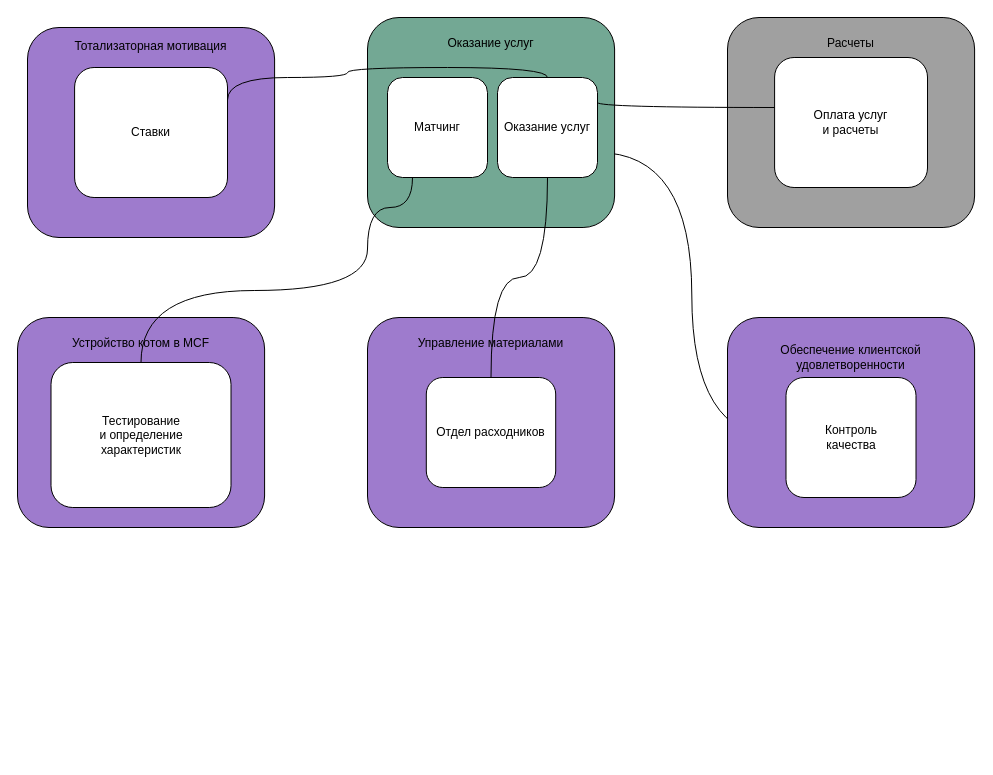
Before: 2/domain.drawio in teddybear/system_analysis_course, a draw.io diagram. Source tidied: cells renumbered, new cells numbered last; positions are measured from the earlier drawing's top-left corner, leaving out a move shared by most shapes. Both pictures are drawn from the tidied source at 100%, with x=0, y=0 at pixel (17, 17).
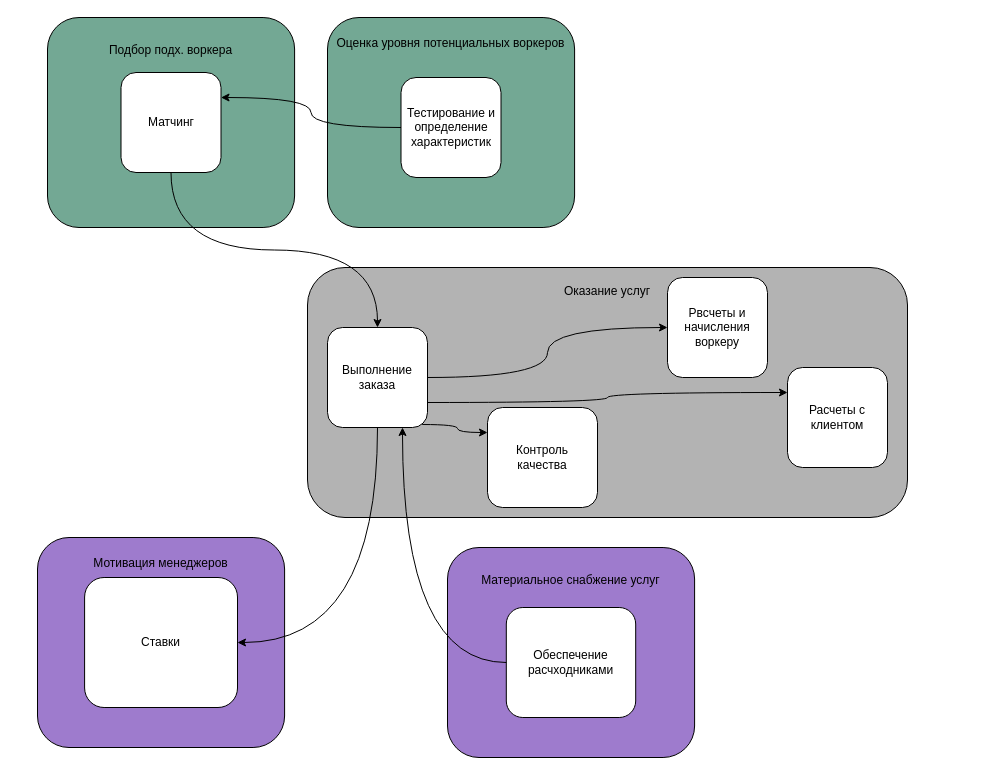
After the change.

The change refers to these unchanged cells:
```xml
<mxCell id="5" value="Ставки" style="rounded=1;whiteSpace=wrap;html=1;" parent="3" vertex="1">
  <mxGeometry x="47.1" y="40" width="152.9" height="130" as="geometry" />
</mxCell>
```

Change to the diagram source:
```diff
@@
+    <mxCell id="26" style="group;" parent="1" vertex="1">
+      <mxGeometry x="290" y="250" width="600" height="250" as="geometry" />
+    </mxCell>
+    <mxCell id="27" value="&lt;div style=&quot;line-height: 19px;&quot;&gt;Оказание услуг&lt;/div&gt;&lt;br&gt;&lt;br&gt;&lt;br&gt;&lt;br&gt;&lt;br&gt;&lt;br&gt;&lt;br&gt;&lt;br&gt;&lt;br&gt;&lt;br&gt;&lt;br&gt;&lt;br&gt;&lt;br&gt;&lt;br&gt;" style="rounded=1;whiteSpace=wrap;html=1;fillColor=#B3B3B3;" parent="26" vertex="1">
+      <mxGeometry width="600" height="250" as="geometry" />
+    </mxCell>
-    <mxCell id="2" style="edgeStyle=orthogonalEdgeStyle;jettySize=auto;html=1;exitX=1;exitY=0.75;exitDx=0;exitDy=0;entryX=0;entryY=0.5;entryDx=0;entryDy=0;curved=1;" parent="1" edge="1" source="9" target="15">
+    <mxCell id="2" style="edgeStyle=orthogonalEdgeStyle;jettySize=auto;html=1;exitX=0.947;exitY=0.97;exitDx=0;exitDy=0;entryX=0;entryY=0.25;entryDx=0;entryDy=0;curved=1;exitPerimeter=0;" parent="26" edge="1" source="9" target="15">
       <mxGeometry relative="1" as="geometry" />
     </mxCell>
+    <mxCell id="28" style="edgeStyle=orthogonalEdgeStyle;jettySize=auto;html=1;exitX=1;exitY=0.5;exitDx=0;exitDy=0;entryX=0;entryY=0.5;entryDx=0;entryDy=0;curved=1;" parent="26" edge="1" source="9" target="30">
+      <mxGeometry relative="1" as="geometry" />
+    </mxCell>
+    <mxCell id="29" style="edgeStyle=orthogonalEdgeStyle;jettySize=auto;html=1;exitX=1;exitY=0.75;exitDx=0;exitDy=0;entryX=0;entryY=0.25;entryDx=0;entryDy=0;curved=1;" parent="26" edge="1" source="9" target="31">
+      <mxGeometry relative="1" as="geometry" />
+    </mxCell>
+    <mxCell id="9" value="Выполнение&lt;br&gt;заказа" style="rounded=1;whiteSpace=wrap;html=1;" parent="26" vertex="1">
+      <mxGeometry x="20" y="60" width="100" height="100" as="geometry" />
+    </mxCell>
+    <mxCell id="15" value="Контроль&lt;br&gt;качества" style="rounded=1;whiteSpace=wrap;html=1;" parent="26" vertex="1">
+      <mxGeometry x="180" y="140" width="110" height="100" as="geometry" />
+    </mxCell>
+    <mxCell id="30" value="Рвсчеты и начисления воркеру" style="rounded=1;whiteSpace=wrap;html=1;" parent="26" vertex="1">
+      <mxGeometry x="360" y="10" width="100" height="100" as="geometry" />
+    </mxCell>
+    <mxCell id="31" value="Расчеты с клиентом" style="rounded=1;whiteSpace=wrap;html=1;" parent="26" vertex="1">
+      <mxGeometry x="480" y="100" width="100" height="100" as="geometry" />
+    </mxCell>
     <mxCell id="3" style="group;" parent="1" vertex="1">
-      <mxGeometry x="10" y="10" width="247.1" height="210" as="geometry" />
+      <mxGeometry x="20" y="520" width="247.1" height="210" as="geometry" />
     </mxCell>
-    <mxCell id="4" value="Тотализаторная мотивация&lt;br&gt;&lt;br&gt;&lt;br&gt;&lt;br&gt;&lt;br&gt;&lt;br&gt;&lt;br&gt;&lt;br&gt;&lt;br&gt;&lt;br&gt;&lt;br&gt;&lt;br&gt;&lt;br&gt;" style="rounded=1;whiteSpace=wrap;html=1;fillColor=#9E7BCD;" parent="3" vertex="1">
+    <mxCell id="4" value="Мотивация менеджеров&lt;br&gt;&lt;br&gt;&lt;br&gt;&lt;br&gt;&lt;br&gt;&lt;br&gt;&lt;br&gt;&lt;br&gt;&lt;br&gt;&lt;br&gt;&lt;br&gt;&lt;br&gt;" style="rounded=1;whiteSpace=wrap;html=1;fillColor=#9E7BCD;" parent="3" vertex="1">
       <mxGeometry width="247.1" height="210" as="geometry" />
     </mxCell>
@@
-    <mxCell id="6" style="group;" parent="1" vertex="1">
-      <mxGeometry x="350" width="247.1" height="210" as="geometry" />
-    </mxCell>
-    <mxCell id="7" value="Оказание услуг&lt;br&gt;&lt;br&gt;&lt;br&gt;&lt;br&gt;&lt;br&gt;&lt;br&gt;&lt;br&gt;&lt;br&gt;&lt;br&gt;&lt;br&gt;&lt;br&gt;&lt;br&gt;" style="rounded=1;whiteSpace=wrap;html=1;fillColor=#73a894;" parent="6" vertex="1">
-      <mxGeometry width="247.1" height="210" as="geometry" />
-    </mxCell>
-    <mxCell id="8" value="Матчинг" style="rounded=1;whiteSpace=wrap;html=1;" parent="6" vertex="1">
-      <mxGeometry x="20" y="60" width="100" height="100" as="geometry" />
-    </mxCell>
-    <mxCell id="9" value="Оказание услуг" style="rounded=1;whiteSpace=wrap;html=1;" parent="6" vertex="1">
-      <mxGeometry x="130" y="60" width="100" height="100" as="geometry" />
-    </mxCell>
     <mxCell id="10" style="group;" parent="1" vertex="1">
-      <mxGeometry x="350" y="300" width="247.1" height="210" as="geometry" />
+      <mxGeometry x="430" y="530" width="247.1" height="210" as="geometry" />
     </mxCell>
-    <mxCell id="11" value="Управление материалами&lt;br&gt;&lt;br&gt;&lt;br&gt;&lt;br&gt;&lt;br&gt;&lt;br&gt;&lt;br&gt;&lt;br&gt;&lt;br&gt;&lt;br&gt;&lt;br&gt;&lt;br&gt;" style="rounded=1;whiteSpace=wrap;html=1;fillColor=#9e7bcd;" parent="10" vertex="1">
+    <mxCell id="11" value="Материальное снабжение услуг&lt;br&gt;&lt;br&gt;&lt;br&gt;&lt;br&gt;&lt;br&gt;&lt;br&gt;&lt;br&gt;&lt;br&gt;&lt;br&gt;&lt;br&gt;&lt;br&gt;" style="rounded=1;whiteSpace=wrap;html=1;fillColor=#9e7bcd;" parent="10" vertex="1">
       <mxGeometry width="247.1" height="210" as="geometry" />
     </mxCell>
-    <mxCell id="12" value="Отдел расходников" style="rounded=1;whiteSpace=wrap;html=1;" parent="10" vertex="1">
+    <mxCell id="12" value="Обеспечение&lt;br&gt;расчходниками" style="rounded=1;whiteSpace=wrap;html=1;" parent="10" vertex="1">
       <mxGeometry x="58.8" y="60" width="129.4" height="110" as="geometry" />
     </mxCell>
-    <mxCell id="13" style="group;" parent="1" vertex="1">
-      <mxGeometry x="710" y="300" width="247.1" height="290" as="geometry" />
-    </mxCell>
-    <mxCell id="14" value="Обеспечение клиентской удовлетворенности&lt;br&gt;&lt;br&gt;&lt;br&gt;&lt;br&gt;&lt;br&gt;&lt;br&gt;&lt;br&gt;&lt;br&gt;&lt;br&gt;&lt;br&gt;" style="rounded=1;whiteSpace=wrap;html=1;fillColor=#9E7BCD;" parent="13" vertex="1">
-      <mxGeometry width="247.1" height="210" as="geometry" />
-    </mxCell>
-    <mxCell id="15" value="Контроль&lt;br&gt;качества" style="rounded=1;whiteSpace=wrap;html=1;" parent="13" vertex="1">
-      <mxGeometry x="58.5" y="60" width="130" height="120" as="geometry" />
-    </mxCell>
-    <mxCell id="16" style="group;" parent="1" vertex="1">
-      <mxGeometry x="710" width="247.1" height="210" as="geometry" />
-    </mxCell>
-    <mxCell id="17" value="Расчеты&lt;br&gt;&lt;br&gt;&lt;br&gt;&lt;br&gt;&lt;br&gt;&lt;br&gt;&lt;br&gt;&lt;br&gt;&lt;br&gt;&lt;br&gt;&lt;br&gt;&lt;br&gt;" style="rounded=1;whiteSpace=wrap;html=1;fillColor=#a0a0a0;" parent="16" vertex="1">
-      <mxGeometry width="247.1" height="210" as="geometry" />
-    </mxCell>
-    <mxCell id="18" value="Оплата услуг&lt;br style=&quot;border-color: var(--border-color);&quot;&gt;и расчеты" style="rounded=1;whiteSpace=wrap;html=1;" parent="16" vertex="1">
-      <mxGeometry x="47.1" y="40" width="152.9" height="130" as="geometry" />
-    </mxCell>
-    <mxCell id="19" style="edgeStyle=orthogonalEdgeStyle;jettySize=auto;html=1;endArrow=none;endFill=0;curved=1;exitX=0.5;exitY=1;exitDx=0;exitDy=0;" parent="1" edge="1" source="9" target="12">
-      <mxGeometry relative="1" as="geometry" />
-    </mxCell>
-    <mxCell id="20" style="jettySize=auto;html=1;endArrow=none;endFill=0;edgeStyle=orthogonalEdgeStyle;curved=1;exitX=1;exitY=0.25;exitDx=0;exitDy=0;" parent="1" edge="1" source="9" target="18">
-      <mxGeometry relative="1" as="geometry">
-        <Array as="points">
-          <mxPoint x="580" y="90" />
-        </Array>
-      </mxGeometry>
-    </mxCell>
+    <mxCell id="7" value="Подбор подх. воркера&lt;br&gt;&lt;br&gt;&lt;br&gt;&lt;br&gt;&lt;br&gt;&lt;br&gt;&lt;br&gt;&lt;br&gt;&lt;br&gt;&lt;br&gt;&lt;br&gt;" style="rounded=1;whiteSpace=wrap;html=1;fillColor=#73a894;" parent="1" vertex="1">
+      <mxGeometry x="30" width="247.1" height="210" as="geometry" />
+    </mxCell>
+    <mxCell id="32" style="edgeStyle=orthogonalEdgeStyle;jettySize=auto;html=1;exitX=0.5;exitY=1;exitDx=0;exitDy=0;curved=1;" parent="1" edge="1" source="8" target="9">
+      <mxGeometry relative="1" as="geometry" />
+    </mxCell>
+    <mxCell id="8" value="Матчинг" style="rounded=1;whiteSpace=wrap;html=1;" parent="1" vertex="1">
+      <mxGeometry x="103.5" y="55" width="100" height="100" as="geometry" />
+    </mxCell>
+    <mxCell id="33" style="group;" parent="1" vertex="1">
+      <mxGeometry x="310" width="247.1" height="210" as="geometry" />
+    </mxCell>
+    <mxCell id="34" value="&lt;div style=&quot;line-height: 19px;&quot;&gt;Оценка уровня потенциальных воркеров&lt;/div&gt;&lt;br&gt;&lt;br&gt;&lt;br&gt;&lt;br&gt;&lt;br&gt;&lt;br&gt;&lt;br&gt;&lt;br&gt;&lt;br&gt;&lt;br&gt;&lt;br&gt;" style="rounded=1;whiteSpace=wrap;html=1;fillColor=#73a894;" parent="33" vertex="1">
+      <mxGeometry width="247.1" height="210" as="geometry" />
+    </mxCell>
+    <mxCell id="24" value="Тестирование и определение характеристик" style="rounded=1;whiteSpace=wrap;html=1;" parent="33" vertex="1">
+      <mxGeometry x="73.5" y="60" width="100" height="100" as="geometry" />
+    </mxCell>
+    <mxCell id="35" style="edgeStyle=orthogonalEdgeStyle;jettySize=auto;html=1;exitX=0;exitY=0.5;exitDx=0;exitDy=0;entryX=1;entryY=0.25;entryDx=0;entryDy=0;curved=1;" parent="1" edge="1" source="24" target="8">
+      <mxGeometry relative="1" as="geometry" />
+    </mxCell>
-    <mxCell id="21" style="edgeStyle=orthogonalEdgeStyle;jettySize=auto;html=1;curved=1;endArrow=none;endFill=0;exitX=0.5;exitY=0;exitDx=0;exitDy=0;entryX=1;entryY=0.25;entryDx=0;entryDy=0;" parent="1" edge="1" source="9" target="5">
-      <mxGeometry relative="1" as="geometry">
-        <Array as="points">
-          <mxPoint x="530" y="50" />
-          <mxPoint x="330" y="50" />
-          <mxPoint x="330" y="60" />
-          <mxPoint x="210" y="60" />
-        </Array>
-      </mxGeometry>
+    <mxCell id="21" style="edgeStyle=orthogonalEdgeStyle;jettySize=auto;html=1;exitX=0.5;exitY=1;exitDx=0;exitDy=0;entryX=1;entryY=0.5;entryDx=0;entryDy=0;curved=1;" parent="1" edge="1" source="9" target="5">
+      <mxGeometry relative="1" as="geometry" />
     </mxCell>
-    <mxCell id="22" style="group;" parent="1" vertex="1">
-      <mxGeometry y="300" width="247.1" height="210" as="geometry" />
-    </mxCell>
-    <mxCell id="23" value="Устройство котом в MCF&lt;br&gt;&lt;br&gt;&lt;br&gt;&lt;br&gt;&lt;br&gt;&lt;br&gt;&lt;br&gt;&lt;br&gt;&lt;br&gt;&lt;br&gt;&lt;br&gt;&lt;br&gt;" style="rounded=1;whiteSpace=wrap;html=1;fillColor=#9E7BCD;" parent="22" vertex="1">
-      <mxGeometry width="247.1" height="210" as="geometry" />
-    </mxCell>
-    <mxCell id="24" value="Тестирование&lt;br&gt;и определение&lt;br&gt;характеристик" style="rounded=1;whiteSpace=wrap;html=1;" parent="22" vertex="1">
-      <mxGeometry x="33.5" y="45" width="180" height="145" as="geometry" />
-    </mxCell>
-    <mxCell id="25" style="edgeStyle=orthogonalEdgeStyle;jettySize=auto;html=1;exitX=0.25;exitY=1;exitDx=0;exitDy=0;entryX=0.5;entryY=0;entryDx=0;entryDy=0;endArrow=none;endFill=0;curved=1;" parent="1" edge="1" source="8" target="24">
-      <mxGeometry relative="1" as="geometry">
-        <Array as="points">
-          <mxPoint x="350" y="190" />
-          <mxPoint x="350" y="273" />
-          <mxPoint x="124" y="273" />
-        </Array>
-      </mxGeometry>
-    </mxCell>
+    <mxCell id="36" style="edgeStyle=orthogonalEdgeStyle;jettySize=auto;html=1;exitX=0;exitY=0.5;exitDx=0;exitDy=0;entryX=0.75;entryY=1;entryDx=0;entryDy=0;curved=1;" parent="1" edge="1" source="12" target="9">
+      <mxGeometry relative="1" as="geometry" />
+    </mxCell>
```
